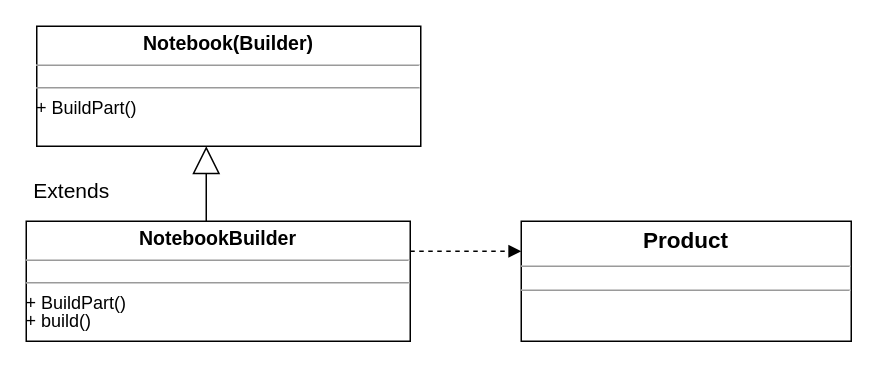
The draw.io diagram creational/constructor/builder.drawio in MaksShadows/Patterns, before the edit. Source tidied: cells renumbered, new cells numbered last; positions are measured from the earlier drawing's top-left corner, leaving out a move shared by most shapes. Both pictures are drawn from the tidied source at 150%, with x=0, y=0 at pixel (26, 26).
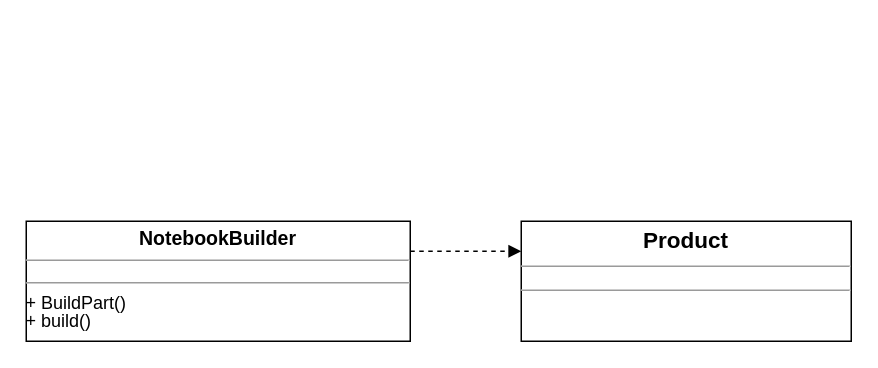
After the change.

What changed in the source:
```diff
@@
 <mxGraphModel>
   <root>
     <mxCell id="0" />
     <mxCell id="1" parent="0" />
     <mxCell id="2" value="&lt;p style=&quot;margin: 4px 0px 0px ; text-align: center ; font-size: 15px&quot;&gt;&lt;b&gt;&lt;font style=&quot;font-size: 15px&quot;&gt;Product&lt;/font&gt;&lt;/b&gt;&lt;/p&gt;&lt;hr size=&quot;1&quot; style=&quot;font-size: 15px&quot;&gt;&lt;div style=&quot;height: 2px&quot;&gt;&lt;/div&gt;&lt;hr size=&quot;1&quot;&gt;&lt;div style=&quot;height: 2px&quot;&gt;&lt;/div&gt;" style="verticalAlign=top;align=left;overflow=fill;fontSize=12;fontFamily=Helvetica;html=1;" parent="1" vertex="1">
       <mxGeometry x="330" y="130" width="220" height="80" as="geometry" />
     </mxCell>
-    <mxCell id="3" value="&lt;p style=&quot;margin: 0px ; margin-top: 4px ; text-align: center&quot;&gt;&lt;span style=&quot;font-size: 13px ; font-weight: 700&quot;&gt;Notebook(Builder)&lt;/span&gt;&lt;br&gt;&lt;/p&gt;&lt;hr size=&quot;1&quot;&gt;&lt;div style=&quot;height: 2px&quot;&gt;&lt;/div&gt;&lt;hr size=&quot;1&quot;&gt;&lt;div style=&quot;height: 2px&quot;&gt;+ BuildPart()&lt;/div&gt;" style="verticalAlign=top;align=left;overflow=fill;fontSize=12;fontFamily=Helvetica;html=1;" parent="1" vertex="1">
-      <mxGeometry x="7" width="256" height="80" as="geometry" />
-    </mxCell>
     <mxCell id="4" value="&lt;p style=&quot;margin: 0px ; margin-top: 4px ; text-align: center&quot;&gt;&lt;span style=&quot;font-size: 13px ; font-weight: 700&quot;&gt;NotebookBuilder&lt;/span&gt;&lt;br&gt;&lt;/p&gt;&lt;hr size=&quot;1&quot;&gt;&lt;div style=&quot;height: 2px&quot;&gt;&lt;/div&gt;&lt;hr size=&quot;1&quot;&gt;&lt;div style=&quot;height: 2px&quot;&gt;+ BuildPart()&lt;/div&gt;&lt;div style=&quot;height: 2px&quot;&gt;&lt;br&gt;&lt;/div&gt;&lt;div style=&quot;height: 2px&quot;&gt;&lt;br&gt;&lt;/div&gt;&lt;div style=&quot;height: 2px&quot;&gt;&lt;br&gt;&lt;/div&gt;&lt;div style=&quot;height: 2px&quot;&gt;&lt;br&gt;&lt;/div&gt;&lt;div style=&quot;height: 2px&quot;&gt;&lt;br&gt;&lt;/div&gt;&lt;div style=&quot;height: 2px&quot;&gt;+ build()&lt;/div&gt;" style="verticalAlign=top;align=left;overflow=fill;fontSize=12;fontFamily=Helvetica;html=1;" parent="1" vertex="1">
       <mxGeometry y="130" width="256" height="80" as="geometry" />
     </mxCell>
     <mxCell id="5" style="html=1;verticalAlign=bottom;labelBackgroundColor=none;endArrow=block;endFill=1;dashed=1;fontSize=14;" parent="1" edge="1">
       <mxGeometry relative="1" as="geometry">
         <mxPoint x="256" y="150" as="sourcePoint" />
         <mxPoint x="330" y="150" as="targetPoint" />
       </mxGeometry>
     </mxCell>
-    <mxCell id="6" value="Extends" style="endArrow=block;endSize=16;endFill=0;html=1;fontSize=14;" parent="1" edge="1">
-      <mxGeometry x="-0.2" y="90" relative="1" as="geometry">
-        <mxPoint x="120" y="130" as="sourcePoint" />
-        <mxPoint x="120" y="80" as="targetPoint" />
-      </mxGeometry>
-    </mxCell>
   </root>
 </mxGraphModel>
```
